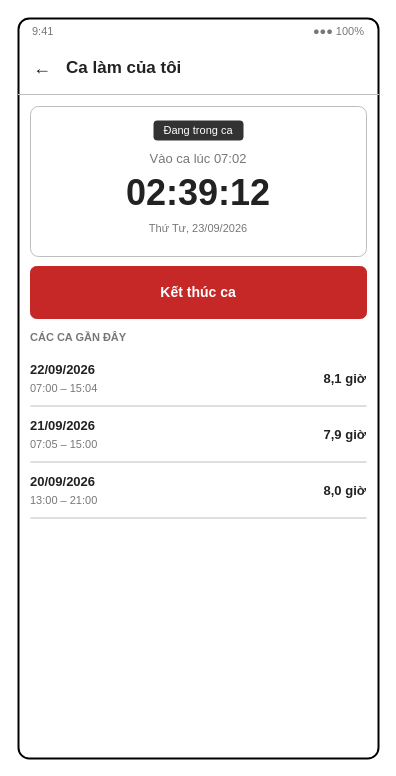
This is page "S07 My shift (in shift)" (8 of 30) of docs/diagrams/screen-mockups.drawio from huytran303/CafeManagementSystem, a draw.io file, before an edit. Source tidied: cells renumbered, new cells numbered last; positions are measured from the earlier drawing's top-left corner, leaving out a move shared by most shapes. Both pictures are drawn from the tidied source at 100%, with x=0, y=0 at pixel (18, 18).
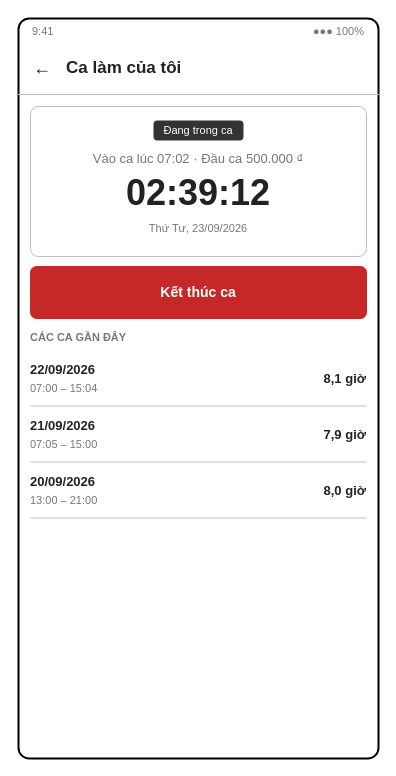
After the change.

The edit, as a diff of the source:
```diff
@@
-    <mxCell id="10" value="Vào ca lúc 07:02" style="html=1;whiteSpace=wrap;fontFamily=Helvetica;html=1;whiteSpace=wrap;fontFamily=Helvetica;text;strokeColor=none;fillColor=none;spacing=0;fontSize=13;fontStyle=0;fontColor=#777777;align=center;verticalAlign=middle;" parent="1" vertex="1">
+    <mxCell id="10" value="Vào ca lúc 07:02 · Đầu ca 500.000 ₫" style="html=1;whiteSpace=wrap;fontFamily=Helvetica;html=1;whiteSpace=wrap;fontFamily=Helvetica;text;strokeColor=none;fillColor=none;spacing=0;fontSize=13;fontStyle=0;fontColor=#777777;align=center;verticalAlign=middle;" parent="1" vertex="1">
       <mxGeometry y="130" width="360" height="20" as="geometry" />
     </mxCell>
```
